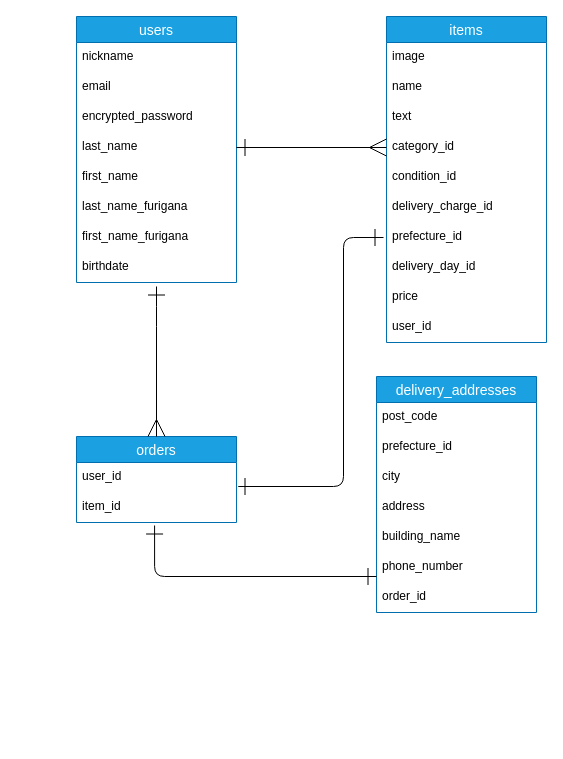
The draw.io diagram ER.dio in soya0128/furima-38312, before the edit. Source tidied: cells renumbered, new cells numbered last; positions are measured from the earlier drawing's top-left corner, leaving out a move shared by most shapes. Both pictures are drawn from the tidied source at 100%, with x=0, y=0 at pixel (76, 16).
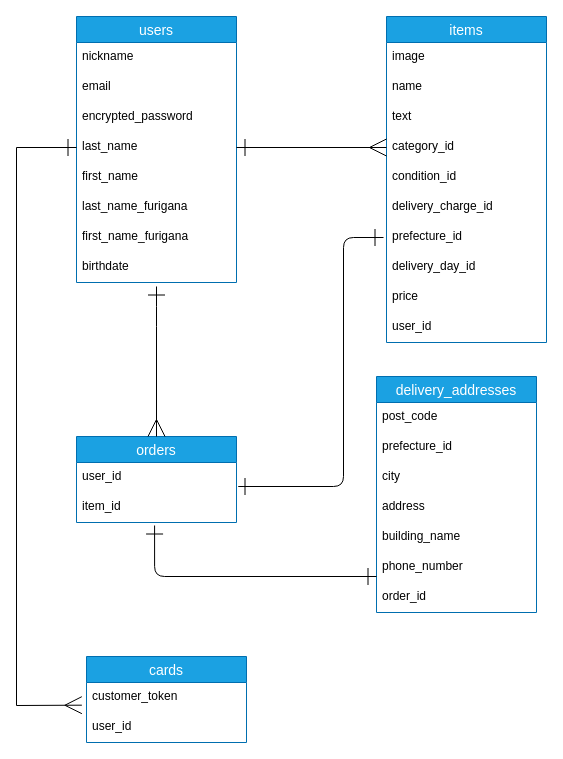
The same page after the edit.

The change refers to these unchanged cells:
```xml
<mxCell id="6" value="last_name" style="text;strokeColor=none;fillColor=none;spacingLeft=4;spacingRight=4;overflow=hidden;points=[[0,0.5],[1,0.5]];portConstraint=eastwest;fontSize=12;" parent="2" vertex="1">
  <mxGeometry y="116" width="160" height="30" as="geometry" />
</mxCell>
```

What changed in the source:
```diff
@@
+    <mxCell id="37" value="cards" style="swimlane;fontStyle=0;horizontal=1;startSize=26;align=center;fontSize=14;fillColor=#1ba1e2;fontColor=#ffffff;strokeColor=#006EAF;" parent="1" vertex="1">
+      <mxGeometry x="10" y="640" width="160" height="86" as="geometry" />
+    </mxCell>
+    <mxCell id="38" value="customer_token" style="text;strokeColor=none;fillColor=none;spacingLeft=4;spacingRight=4;overflow=hidden;points=[[0,0.5],[1,0.5]];portConstraint=eastwest;fontSize=12;" parent="37" vertex="1">
+      <mxGeometry y="26" width="160" height="30" as="geometry" />
+    </mxCell>
+    <mxCell id="39" value="user_id" style="text;strokeColor=none;fillColor=none;spacingLeft=4;spacingRight=4;overflow=hidden;fontSize=12;" parent="37" vertex="1">
+      <mxGeometry y="56" width="160" height="30" as="geometry" />
+    </mxCell>
+    <mxCell id="40" style="endArrow=ERmany;html=1;rounded=0;startArrow=ERone;startFill=0;endFill=0;endSize=15;startSize=15;exitX=0;exitY=0.5;exitDx=0;exitDy=0;entryX=-0.029;entryY=0.756;entryDx=0;entryDy=0;entryPerimeter=0;" parent="1" edge="1" source="6" target="38">
+      <mxGeometry relative="1" as="geometry">
+        <Array as="points">
+          <mxPoint x="-60" y="131" />
+          <mxPoint x="-60" y="689" />
+        </Array>
+      </mxGeometry>
+    </mxCell>
```
